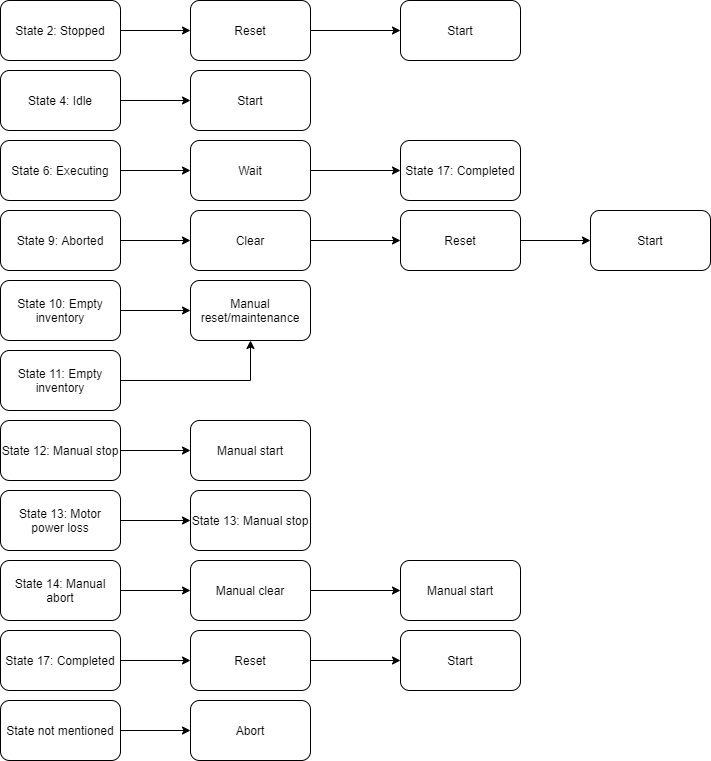
Earlier version of the draw.io export src/main/resources/Pictures/stateChart.png (LiteralGod/Beermachine_JAVA). Source tidied: cells renumbered, new cells last; positions are measured from the earlier drawing's top-left corner, leaving out a move shared by most shapes.
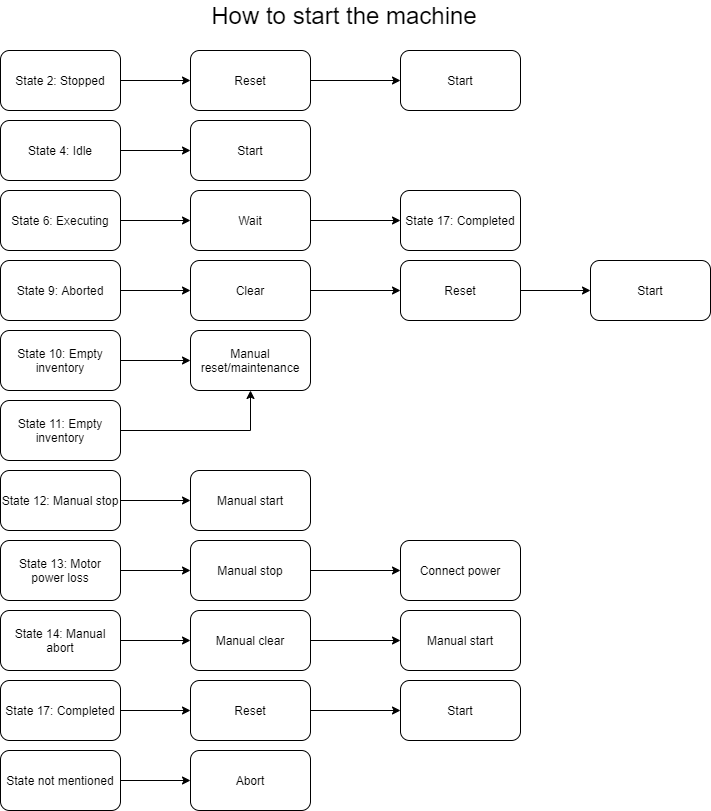
After the commit.

Change to the diagram source:
```diff
@@ -71,7 +71,10 @@
     <mxCell id="24" value="State 13: Motor power loss" style="rounded=1;whiteSpace=wrap;html=1;" parent="1" vertex="1">
       <mxGeometry y="490" width="120" height="60" as="geometry" />
     </mxCell>
+    <mxCell id="46" style="edgeStyle=orthogonalEdgeStyle;rounded=0;jettySize=auto;html=1;fontSize=24;" parent="1" edge="1" source="25" target="48">
+      <mxGeometry relative="1" as="geometry" />
+    </mxCell>
-    <mxCell id="25" value="State 13: Manual stop" style="rounded=1;whiteSpace=wrap;html=1;" parent="1" vertex="1">
+    <mxCell id="25" value="Manual stop" style="rounded=1;whiteSpace=wrap;html=1;" parent="1" vertex="1">
       <mxGeometry x="190" y="490" width="120" height="60" as="geometry" />
     </mxCell>
     <mxCell id="26" style="edgeStyle=orthogonalEdgeStyle;rounded=0;jettySize=auto;html=1;entryX=0;entryY=0.5;entryDx=0;entryDy=0;" parent="1" edge="1" source="27" target="29">
@@ -134,5 +137,11 @@
     <mxCell id="45" value="State 17: Completed" style="rounded=1;whiteSpace=wrap;html=1;" parent="1" vertex="1">
       <mxGeometry x="400" y="140" width="120" height="60" as="geometry" />
     </mxCell>
+    <mxCell id="47" value="&lt;font style=&quot;font-size: 24px&quot;&gt;How to start the machine&lt;/font&gt;" style="text;html=1;strokeColor=none;fillColor=none;align=center;verticalAlign=middle;whiteSpace=wrap;rounded=0;" parent="1" vertex="1">
+      <mxGeometry x="209" y="-50" width="270" height="30" as="geometry" />
+    </mxCell>
+    <mxCell id="48" value="Connect power" style="rounded=1;whiteSpace=wrap;html=1;" parent="1" vertex="1">
+      <mxGeometry x="400" y="490" width="120" height="60" as="geometry" />
+    </mxCell>
   </root>
 </mxGraphModel>
```
